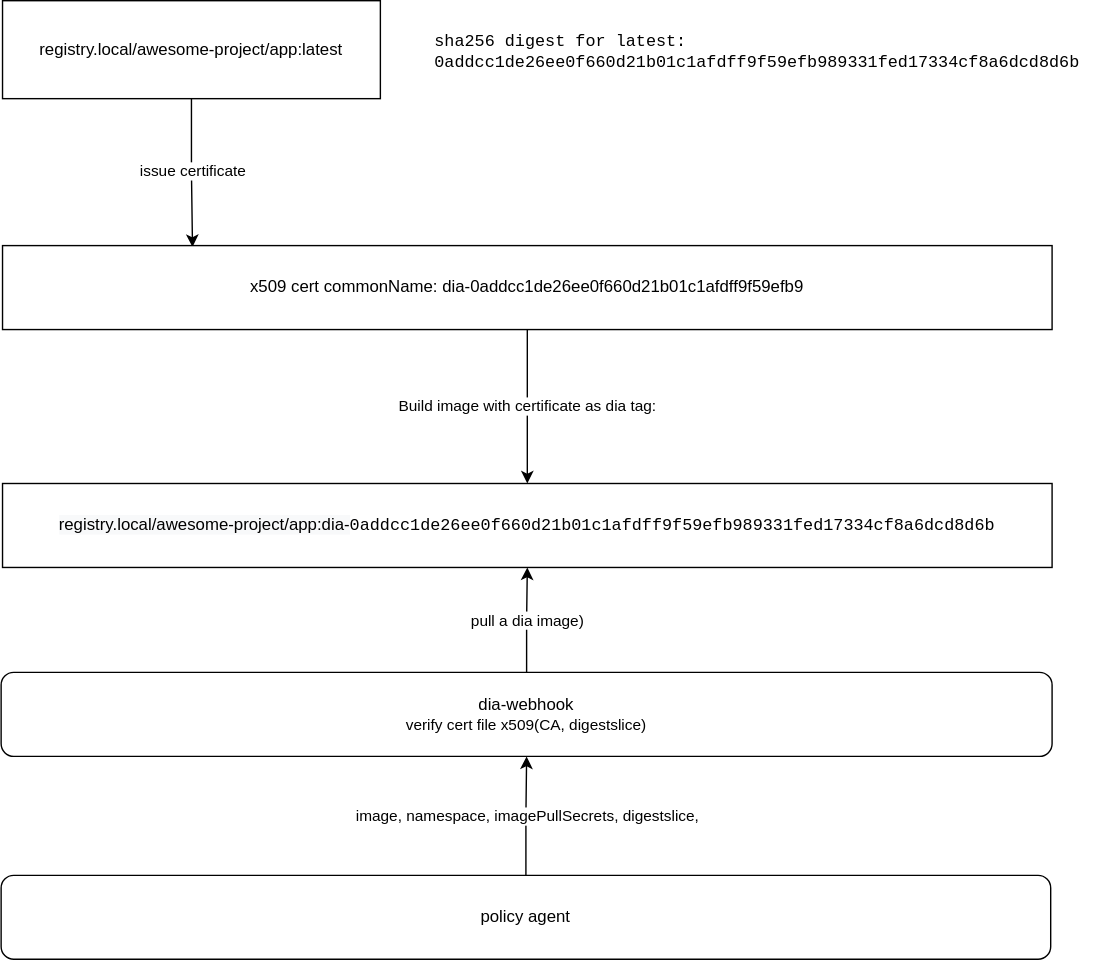
Before: architecture.svg, a diagram exported from draw.io (spanarek/dia). Source tidied: cells renumbered, new cells last; positions are measured from the earlier drawing's top-left corner, leaving out a move shared by most shapes. The source it was exported from:
```xml
<mxGraphModel>
  <root>
    <mxCell id="0" />
    <mxCell id="1" parent="0" />
    <mxCell id="2" value="issue certificate" style="edgeStyle=orthogonalEdgeStyle;rounded=0;jettySize=auto;html=1;exitX=0.5;exitY=1;exitDx=0;exitDy=0;entryX=0.181;entryY=0.017;entryDx=0;entryDy=0;entryPerimeter=0;" parent="1" edge="1" source="3" target="7">
      <mxGeometry relative="1" as="geometry" />
    </mxCell>
    <mxCell id="3" value="registry.local/awesome-project/app:latest" style="rounded=0;whiteSpace=wrap;html=1;" parent="1" vertex="1">
      <mxGeometry x="1" width="270" height="70" as="geometry" />
    </mxCell>
    <mxCell id="4" value="&lt;span style=&quot;color: rgb(0, 0, 0); font-family: Helvetica; font-size: 12px; font-style: normal; font-variant-ligatures: normal; font-variant-caps: normal; font-weight: 400; letter-spacing: normal; orphans: 2; text-align: center; text-indent: 0px; text-transform: none; widows: 2; word-spacing: 0px; -webkit-text-stroke-width: 0px; background-color: rgb(248, 249, 250); text-decoration-thickness: initial; text-decoration-style: initial; text-decoration-color: initial; float: none; display: inline !important;&quot;&gt;registry.local/awesome-project/app:dia-&lt;/span&gt;&lt;span style=&quot;font-family:monospace&quot;&gt;&lt;span style=&quot;background-color: rgb(255, 255, 255);&quot;&gt;0addcc1de26ee0f660d21b01c1afdff9f59efb989331fed17334cf8a6dcd8d6b&lt;/span&gt;&lt;br&gt;&lt;/span&gt;" style="rounded=0;whiteSpace=wrap;html=1;" parent="1" vertex="1">
      <mxGeometry x="1" y="345" width="750" height="60" as="geometry" />
    </mxCell>
    <mxCell id="5" value="&lt;span style=&quot;font-family:monospace&quot;&gt;&lt;span style=&quot;color:#000000;background-color:#ffffff;&quot;&gt;sha256 digest for latest: 0addcc1de26ee0f660d21b01c1afdff9f59efb989331fed17334cf8a6dcd8d6b&lt;/span&gt;&lt;br&gt;&lt;/span&gt;" style="text;whiteSpace=wrap;html=1;" parent="1" vertex="1">
      <mxGeometry x="308" y="15" width="480" height="40" as="geometry" />
    </mxCell>
    <mxCell id="6" value="Build image with certificate as dia tag:" style="edgeStyle=orthogonalEdgeStyle;rounded=0;jettySize=auto;html=1;exitX=0.5;exitY=1;exitDx=0;exitDy=0;entryX=0.5;entryY=0;entryDx=0;entryDy=0;" parent="1" edge="1" source="7" target="4">
      <mxGeometry relative="1" as="geometry" />
    </mxCell>
    <mxCell id="7" value="x509 cert commonName: dia-0addcc1de26ee0f660d21b01c1afdff9f59efb9" style="rounded=0;whiteSpace=wrap;html=1;" parent="1" vertex="1">
      <mxGeometry x="1" y="175" width="750" height="60" as="geometry" />
    </mxCell>
    <mxCell id="8" value="image, namespace, imagePullSecrets, digestslice," style="edgeStyle=orthogonalEdgeStyle;rounded=0;jettySize=auto;html=1;exitX=0.5;exitY=0;exitDx=0;exitDy=0;entryX=0.5;entryY=1;entryDx=0;entryDy=0;" parent="1" edge="1" source="9" target="11">
      <mxGeometry relative="1" as="geometry" />
    </mxCell>
    <mxCell id="9" value="policy agent" style="rounded=1;whiteSpace=wrap;html=1;" parent="1" vertex="1">
      <mxGeometry y="625" width="750" height="60" as="geometry" />
    </mxCell>
    <mxCell id="10" value="pull a dia image)" style="edgeStyle=orthogonalEdgeStyle;rounded=0;jettySize=auto;html=1;exitX=0.5;exitY=0;exitDx=0;exitDy=0;entryX=0.5;entryY=1;entryDx=0;entryDy=0;" parent="1" edge="1" source="11" target="4">
      <mxGeometry relative="1" as="geometry" />
    </mxCell>
    <mxCell id="11" value="dia-webhook&lt;br&gt;&lt;span style=&quot;font-size: 11px; background-color: rgb(255, 255, 255);&quot;&gt;verify cert file x509(CA, digestslice)&lt;/span&gt;" style="rounded=1;whiteSpace=wrap;html=1;" parent="1" vertex="1">
      <mxGeometry y="480" width="751" height="60" as="geometry" />
    </mxCell>
  </root>
</mxGraphModel>
```
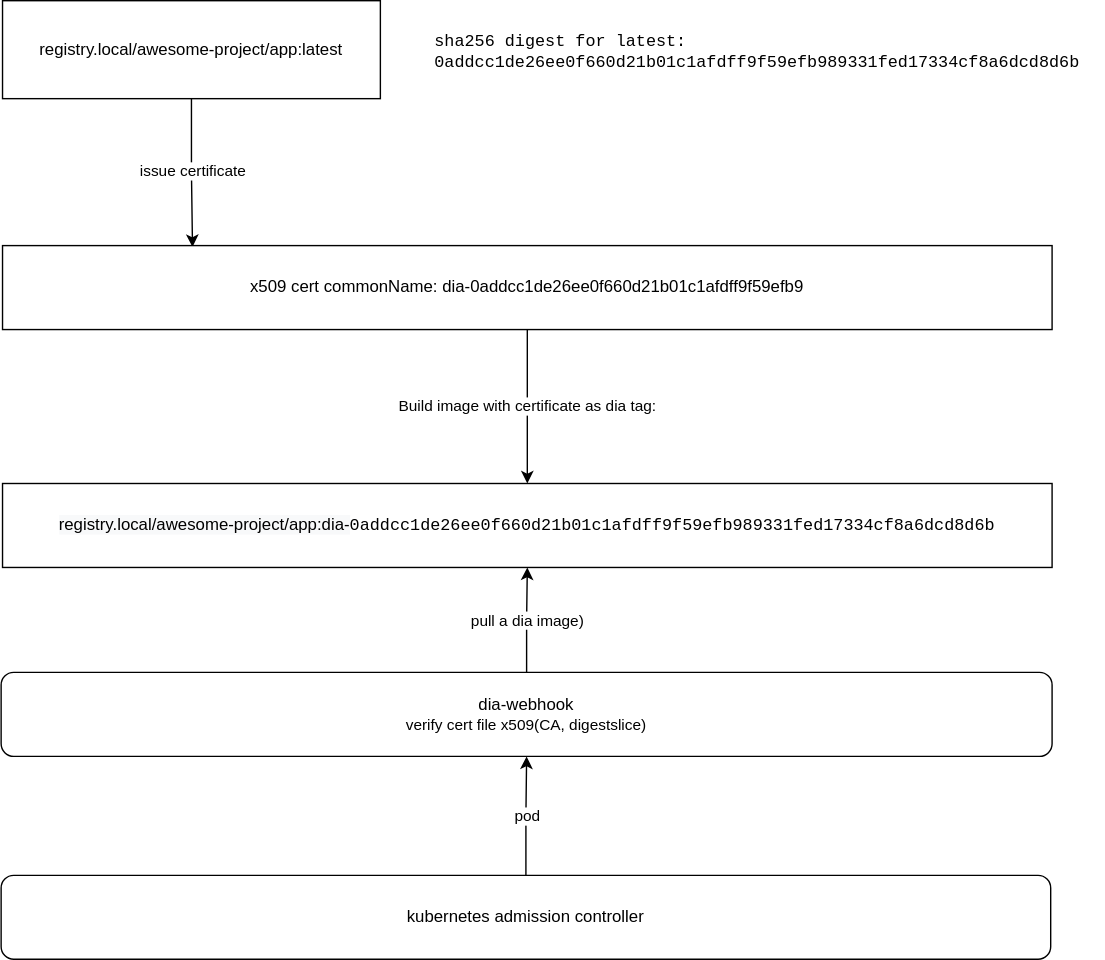
After the change.

The edit, as a diff of the source:
```diff
@@ -20,10 +20,10 @@
     <mxCell id="7" value="x509 cert commonName: dia-0addcc1de26ee0f660d21b01c1afdff9f59efb9" style="rounded=0;whiteSpace=wrap;html=1;" parent="1" vertex="1">
       <mxGeometry x="1" y="175" width="750" height="60" as="geometry" />
     </mxCell>
-    <mxCell id="8" value="image, namespace, imagePullSecrets, digestslice," style="edgeStyle=orthogonalEdgeStyle;rounded=0;jettySize=auto;html=1;exitX=0.5;exitY=0;exitDx=0;exitDy=0;entryX=0.5;entryY=1;entryDx=0;entryDy=0;" parent="1" edge="1" source="9" target="11">
+    <mxCell id="8" value="pod" style="edgeStyle=orthogonalEdgeStyle;rounded=0;jettySize=auto;html=1;exitX=0.5;exitY=0;exitDx=0;exitDy=0;entryX=0.5;entryY=1;entryDx=0;entryDy=0;" parent="1" edge="1" source="9" target="11">
       <mxGeometry relative="1" as="geometry" />
     </mxCell>
-    <mxCell id="9" value="policy agent" style="rounded=1;whiteSpace=wrap;html=1;" parent="1" vertex="1">
+    <mxCell id="9" value="kubernetes admission controller" style="rounded=1;whiteSpace=wrap;html=1;" parent="1" vertex="1">
       <mxGeometry y="625" width="750" height="60" as="geometry" />
     </mxCell>
     <mxCell id="10" value="pull a dia image)" style="edgeStyle=orthogonalEdgeStyle;rounded=0;jettySize=auto;html=1;exitX=0.5;exitY=0;exitDx=0;exitDy=0;entryX=0.5;entryY=1;entryDx=0;entryDy=0;" parent="1" edge="1" source="11" target="4">
```
